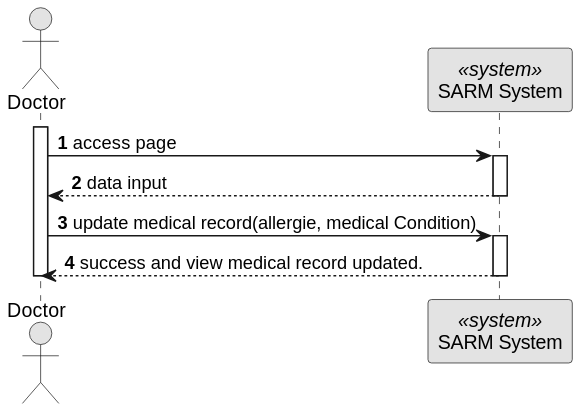
Ana-Miguel-Silva/SurgicalAppointmentAndResourceManagement keeps this PlantUML diagram as docs/BackofficeModule/7.2.6/sequence-diagram-1.svg. Above is the earlier version.
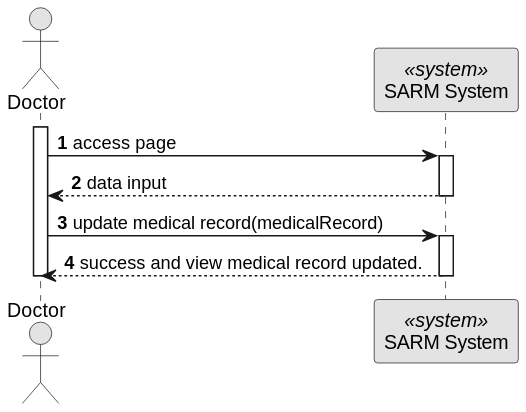
Later version of the same file.

Diff of the diagram source:
```diff
@@ -13,7 +13,7 @@
 activate SYS
 SYS --> AD : data input
 deactivate SYS
-AD -> SYS : update medical record(allergie, medical Condition)
+AD -> SYS : update medical record(medicalRecord)
 activate SYS
 SYS --> AD : success and view medical record updated.
 
```
